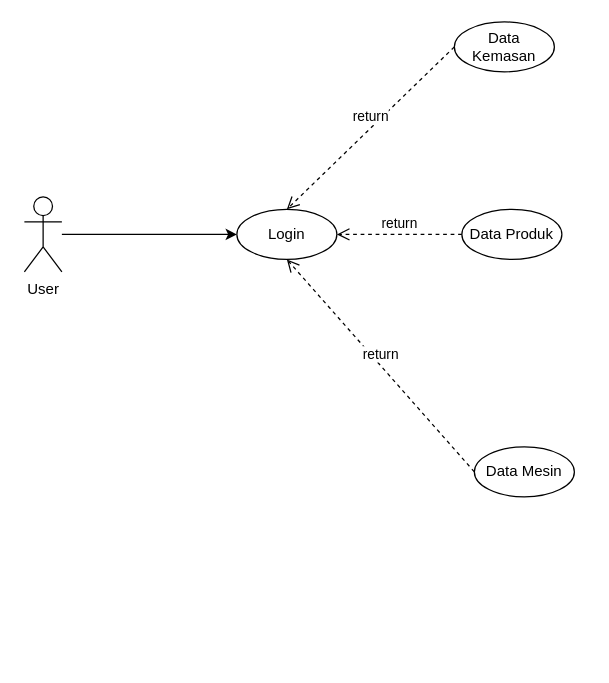
Above: page "Use Case" (1 of 2) of Praktikum1/Diagram Tanpa Judul.drawio in Mabot17/praktikum-rppl-s4 (draw.io), before the change. Source tidied: cells renumbered, new cells numbered last; positions are measured from the earlier drawing's top-left corner, leaving out a move shared by most shapes. Both pictures are drawn from the tidied source at 125%, with x=0, y=0 at pixel (24, 21).
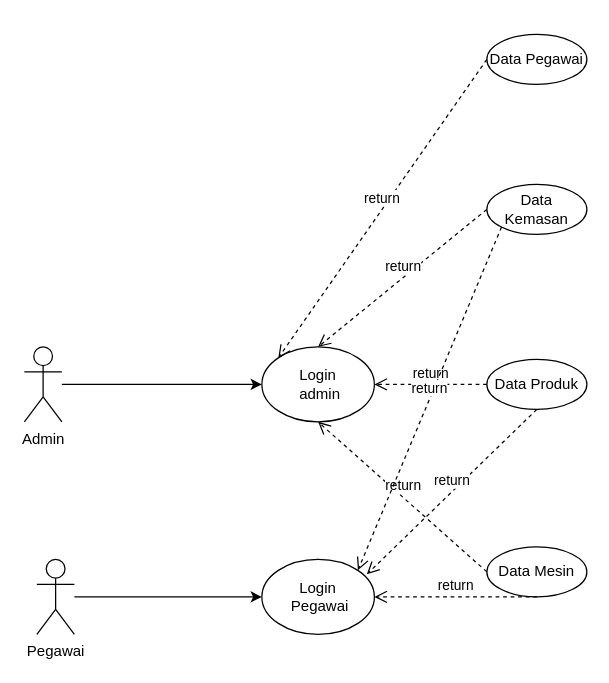
After the change.

Commit message:
Penambahan Login

Change to the diagram source:
```diff
@@
 <mxGraphModel>
   <root>
     <mxCell id="0" />
     <mxCell id="1" parent="0" />
     <mxCell id="2" style="edgeStyle=orthogonalEdgeStyle;rounded=0;jettySize=auto;html=1;" parent="1" edge="1" source="3" target="4">
       <mxGeometry relative="1" as="geometry" />
     </mxCell>
-    <mxCell id="3" value="User" style="shape=umlActor;verticalLabelPosition=bottom;verticalAlign=top;html=1;outlineConnect=0;" parent="1" vertex="1">
-      <mxGeometry y="140" width="30" height="60" as="geometry" />
+    <mxCell id="3" value="Admin" style="shape=umlActor;verticalLabelPosition=bottom;verticalAlign=top;html=1;outlineConnect=0;" parent="1" vertex="1">
+      <mxGeometry y="260" width="30" height="60" as="geometry" />
     </mxCell>
-    <mxCell id="4" value="Login" style="ellipse;whiteSpace=wrap;html=1;" parent="1" vertex="1">
-      <mxGeometry x="170" y="150" width="80" height="40" as="geometry" />
+    <mxCell id="4" value="Login&lt;br&gt;&lt;div&gt;&lt;span style=&quot;background-color: initial;&quot;&gt;&amp;nbsp;admin&lt;/span&gt;&lt;/div&gt;" style="ellipse;whiteSpace=wrap;html=1;" parent="1" vertex="1">
+      <mxGeometry x="190" y="260" width="90" height="60" as="geometry" />
     </mxCell>
     <mxCell id="5" value="Data Kemasan" style="ellipse;whiteSpace=wrap;html=1;" parent="1" vertex="1">
-      <mxGeometry x="344" width="80" height="40" as="geometry" />
+      <mxGeometry x="370" y="130" width="80" height="40" as="geometry" />
     </mxCell>
     <mxCell id="6" value="Data Produk" style="ellipse;whiteSpace=wrap;html=1;" parent="1" vertex="1">
-      <mxGeometry x="350" y="150" width="80" height="40" as="geometry" />
+      <mxGeometry x="370" y="270" width="80" height="40" as="geometry" />
     </mxCell>
     <mxCell id="7" value="Data Mesin" style="ellipse;whiteSpace=wrap;html=1;" parent="1" vertex="1">
-      <mxGeometry x="360" y="340" width="80" height="40" as="geometry" />
+      <mxGeometry x="370" y="420" width="80" height="40" as="geometry" />
     </mxCell>
     <mxCell id="8" value="return" style="html=1;verticalAlign=bottom;endArrow=open;dashed=1;endSize=8;curved=0;rounded=0;entryX=0.5;entryY=0;entryDx=0;entryDy=0;exitX=0;exitY=0.5;exitDx=0;exitDy=0;" parent="1" edge="1" source="5" target="4">
       <mxGeometry relative="1" as="geometry" />
     </mxCell>
     <mxCell id="9" value="return" style="html=1;verticalAlign=bottom;endArrow=open;dashed=1;endSize=8;curved=0;rounded=0;entryX=1;entryY=0.5;entryDx=0;entryDy=0;" parent="1" edge="1" source="6" target="4">
       <mxGeometry relative="1" as="geometry" />
     </mxCell>
     <mxCell id="10" value="return" style="html=1;verticalAlign=bottom;endArrow=open;dashed=1;endSize=8;curved=0;rounded=0;exitX=0;exitY=0.5;exitDx=0;exitDy=0;entryX=0.5;entryY=1;entryDx=0;entryDy=0;" parent="1" edge="1" source="7" target="4">
       <mxGeometry relative="1" as="geometry" />
     </mxCell>
+    <mxCell id="11" style="edgeStyle=orthogonalEdgeStyle;rounded=0;jettySize=auto;html=1;entryX=0;entryY=0.5;entryDx=0;entryDy=0;" parent="1" edge="1" source="12" target="14">
+      <mxGeometry relative="1" as="geometry" />
+    </mxCell>
+    <mxCell id="12" value="Pegawai" style="shape=umlActor;verticalLabelPosition=bottom;verticalAlign=top;html=1;outlineConnect=0;" parent="1" vertex="1">
+      <mxGeometry x="10" y="430" width="30" height="60" as="geometry" />
+    </mxCell>
+    <mxCell id="13" value="Data Pegawai" style="ellipse;whiteSpace=wrap;html=1;" parent="1" vertex="1">
+      <mxGeometry x="370" y="10" width="80" height="40" as="geometry" />
+    </mxCell>
+    <mxCell id="14" value="Login&lt;br&gt;&lt;div&gt;&lt;span style=&quot;background-color: initial;&quot;&gt;&amp;nbsp;Pegawai&lt;/span&gt;&lt;/div&gt;" style="ellipse;whiteSpace=wrap;html=1;" parent="1" vertex="1">
+      <mxGeometry x="190" y="430" width="90" height="60" as="geometry" />
+    </mxCell>
+    <mxCell id="15" value="return" style="html=1;verticalAlign=bottom;endArrow=open;dashed=1;endSize=8;curved=0;rounded=0;exitX=0;exitY=0.5;exitDx=0;exitDy=0;entryX=0;entryY=0;entryDx=0;entryDy=0;" parent="1" edge="1" source="13" target="4">
+      <mxGeometry relative="1" as="geometry" />
+    </mxCell>
+    <mxCell id="16" value="return" style="html=1;verticalAlign=bottom;endArrow=open;dashed=1;endSize=8;curved=0;rounded=0;entryX=1;entryY=0.5;entryDx=0;entryDy=0;exitX=0.5;exitY=1;exitDx=0;exitDy=0;" parent="1" edge="1" source="7" target="14">
+      <mxGeometry relative="1" as="geometry" />
+    </mxCell>
+    <mxCell id="17" value="return" style="html=1;verticalAlign=bottom;endArrow=open;dashed=1;endSize=8;curved=0;rounded=0;exitX=0.5;exitY=1;exitDx=0;exitDy=0;entryX=0.933;entryY=0.2;entryDx=0;entryDy=0;entryPerimeter=0;" parent="1" edge="1" source="6" target="14">
+      <mxGeometry relative="1" as="geometry" />
+    </mxCell>
+    <mxCell id="18" value="return" style="html=1;verticalAlign=bottom;endArrow=open;dashed=1;endSize=8;curved=0;rounded=0;exitX=0;exitY=1;exitDx=0;exitDy=0;entryX=1;entryY=0;entryDx=0;entryDy=0;" parent="1" edge="1" source="5" target="14">
+      <mxGeometry relative="1" as="geometry" />
+    </mxCell>
   </root>
 </mxGraphModel>
```
